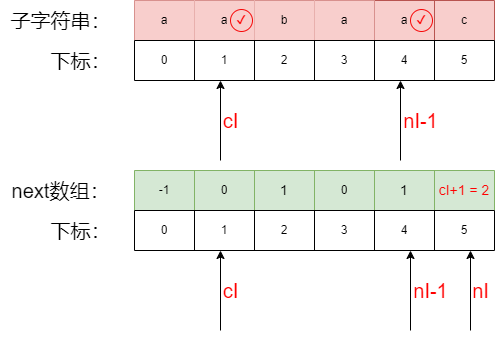
Earlier version of the draw.io export algrithem/kmp_gen_next5.drawio.png (muxicode/c153080686). Source tidied: cells renumbered, new cells last; positions are measured from the earlier drawing's top-left corner, leaving out a move shared by most shapes.
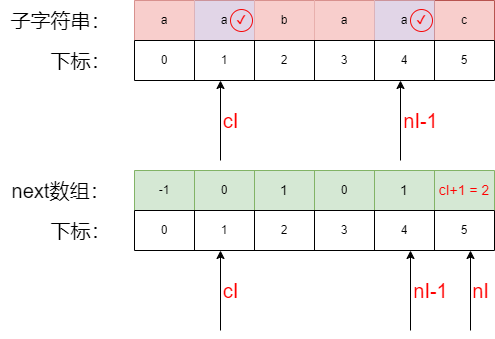
After the change.

Diff of the diagram source:
```diff
@@ -11,7 +11,7 @@
     <mxCell id="4" value="a" style="shape=partialRectangle;html=1;whiteSpace=wrap;strokeColor=#b85450;overflow=hidden;fillColor=#f8cecc;top=0;left=0;bottom=0;right=0;" parent="3" vertex="1">
       <mxGeometry width="60" height="40" as="geometry" />
     </mxCell>
-    <mxCell id="5" value="a" style="shape=partialRectangle;html=1;whiteSpace=wrap;strokeColor=#b85450;overflow=hidden;fillColor=#f8cecc;top=0;left=0;bottom=0;right=0;" parent="3" vertex="1">
+    <mxCell id="5" value="a" style="shape=partialRectangle;html=1;whiteSpace=wrap;strokeColor=#9673a6;overflow=hidden;fillColor=#e1d5e7;top=0;left=0;bottom=0;right=0;" parent="3" vertex="1">
       <mxGeometry x="60" width="60" height="40" as="geometry" />
     </mxCell>
     <mxCell id="6" value="b" style="shape=partialRectangle;html=1;whiteSpace=wrap;strokeColor=#b85450;overflow=hidden;fillColor=#f8cecc;top=0;left=0;bottom=0;right=0;" parent="3" vertex="1">
@@ -20,7 +20,7 @@
     <mxCell id="7" value="a" style="shape=partialRectangle;html=1;whiteSpace=wrap;strokeColor=#b85450;overflow=hidden;fillColor=#f8cecc;top=0;left=0;bottom=0;right=0;" parent="3" vertex="1">
       <mxGeometry x="180" width="60" height="40" as="geometry" />
     </mxCell>
-    <mxCell id="8" value="a" style="shape=partialRectangle;html=1;whiteSpace=wrap;strokeColor=inherit;overflow=hidden;fillColor=none;top=0;left=0;bottom=0;right=0;" parent="3" vertex="1">
+    <mxCell id="8" value="a" style="shape=partialRectangle;html=1;whiteSpace=wrap;strokeColor=#9673a6;overflow=hidden;fillColor=#e1d5e7;top=0;left=0;bottom=0;right=0;" parent="3" vertex="1">
       <mxGeometry x="240" width="60" height="40" as="geometry" />
     </mxCell>
     <mxCell id="9" value="c" style="shape=partialRectangle;html=1;whiteSpace=wrap;strokeColor=inherit;overflow=hidden;fillColor=none;top=0;left=0;bottom=0;right=0;" parent="3" vertex="1">
```
